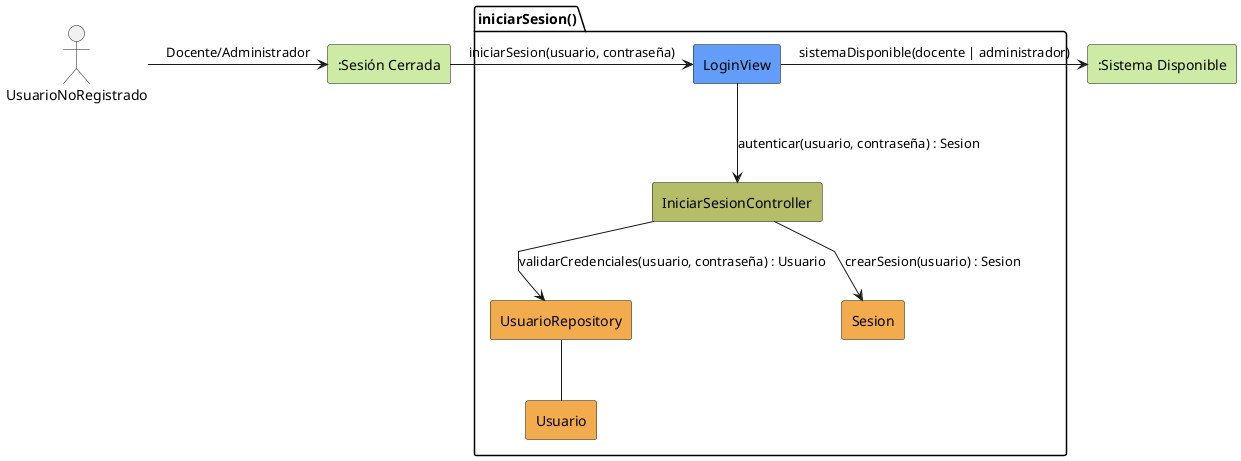
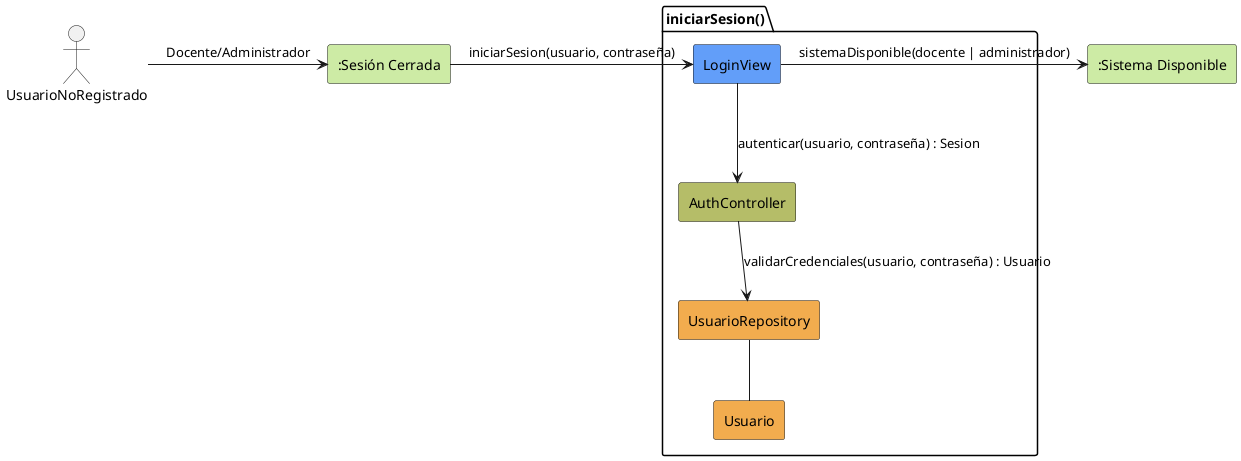
@startuml iniciarSesion-analisis
skinparam linetype polyline

actor UsuarioNoRegistrado
package iniciarSesion as "iniciarSesion()" {
    rectangle #629EF9 LoginView
-     rectangle #b5bd68 IniciarSesionController
+     rectangle #b5bd68 AuthController
    rectangle #F2AC4E UsuarioRepository
    rectangle #F2AC4E Usuario
-     rectangle #F2AC4E Sesion
}
rectangle #CDEBA5 ":Sistema Disponible" as SistemaDisponible
rectangle #CDEBA5 ":Sesión Cerrada" as SesionCerrada

UsuarioNoRegistrado -r-> SesionCerrada: Docente/Administrador

SesionCerrada -r-> LoginView: iniciarSesion(usuario, contraseña)

- LoginView -d-> IniciarSesionController: autenticar(usuario, contraseña) : Sesion
+ LoginView -d-> AuthController: autenticar(usuario, contraseña) : Sesion

- IniciarSesionController --> UsuarioRepository: validarCredenciales(usuario, contraseña) : Usuario
+ AuthController --> UsuarioRepository: validarCredenciales(usuario, contraseña) : Usuario

UsuarioRepository -- Usuario
- 
- IniciarSesionController --> Sesion: crearSesion(usuario) : Sesion

LoginView -r-> SistemaDisponible: sistemaDisponible(docente | administrador)

@enduml